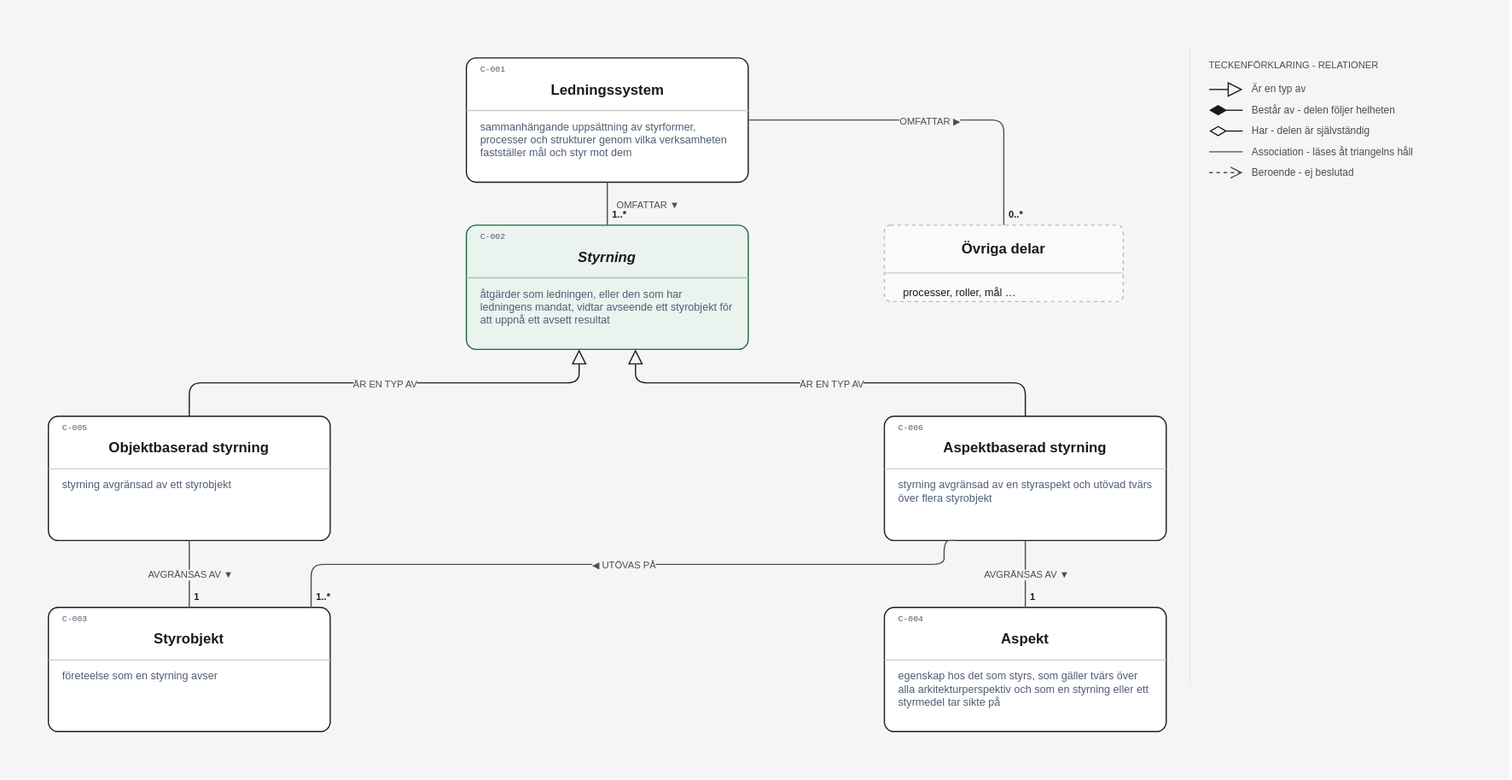
Earlier version of the draw.io export layout/Styrning begreppsmodell.drawio.svg (nickdin/gestaltadet-katalog). Source tidied: cells renumbered, new cells last; positions are measured from the earlier drawing's top-left corner, leaving out a move shared by most shapes.
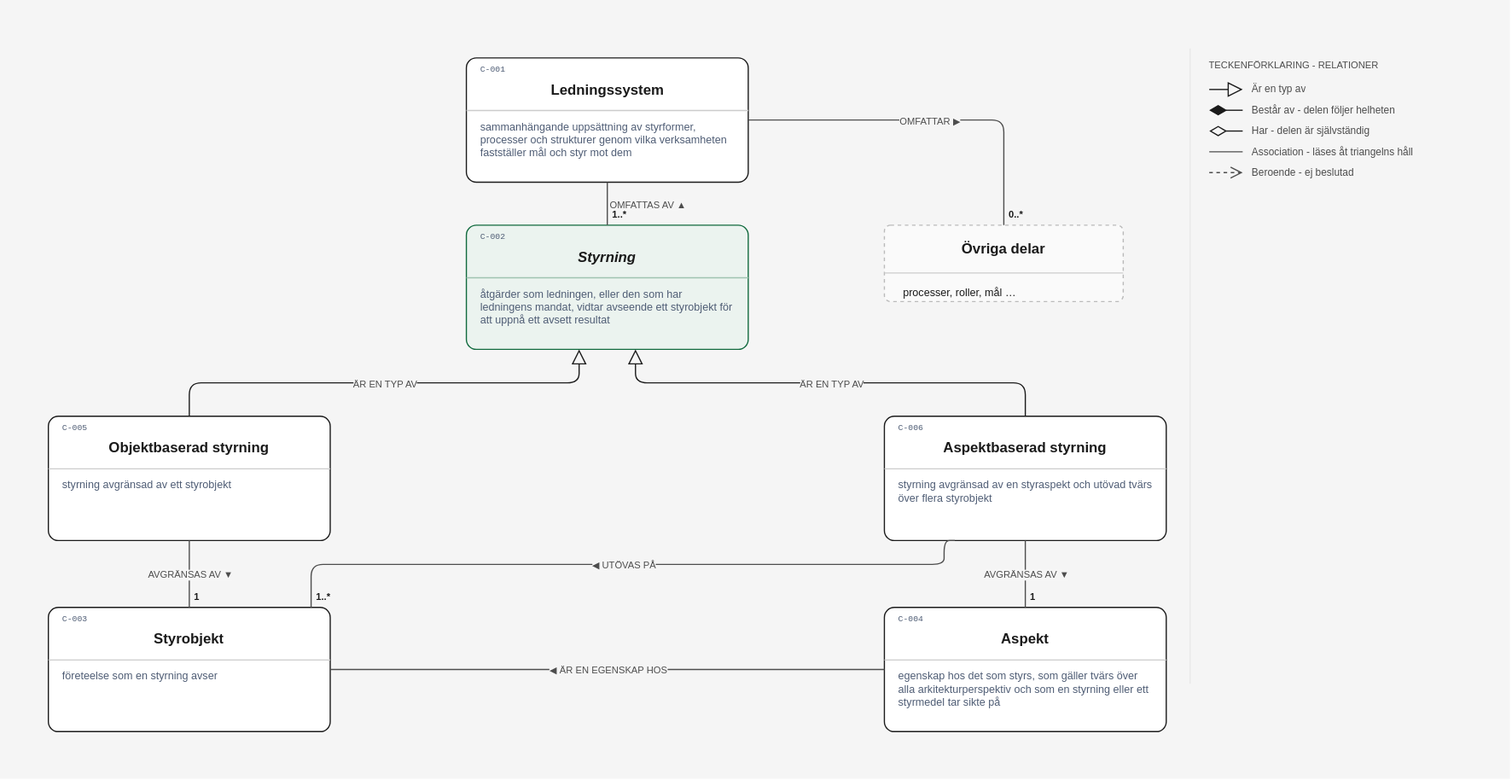
The same diagram one commit later.

Commit message:
Ritningen Styrning begreppsmodell aktualiserad mot lagret: 1 pil ändrad, 1 tillagd, 0 lämnade för värdering

Pilen Ledningssystem (C-001) → Styrning (C-002) "omfattar" vänd till lagrets ord, Styrning (C-002) omfattas av Ledningssystem (C-001). Relationen Aspekt (C-004) är en egenskap hos Styrobjekt (C-003) tillagd.

Stänger #83

Claude-Session: https://claude.ai/code/session_014hgawNBSmezrcKX8vMpay7

Change to the diagram source:
```diff
@@ -203,15 +203,15 @@
         <mxPoint x="1040" y="144" as="targetPoint" />
       </mxGeometry>
     </mxCell>
-    <mxCell id="56" style="edgeStyle=orthogonalEdgeStyle;rounded=1;html=1;strokeColor=#4d4d4d;strokeWidth=1;endArrow=none;endSize=8;exitX=0.5;exitY=1.0;exitDx=0;exitDy=0;entryX=0.5;entryY=0.0;entryDx=0;entryDy=0;jumpStyle=line;" parent="1" edge="1" source="4" target="10">
+    <mxCell id="56" style="edgeStyle=orthogonalEdgeStyle;rounded=1;html=1;strokeColor=#4d4d4d;strokeWidth=1;endArrow=none;endSize=8;exitX=0.5;exitY=0.0;exitDx=0;exitDy=0;entryX=0.5;entryY=1.0;entryDx=0;entryDy=0;jumpStyle=line;" parent="1" edge="1" source="10" target="4">
       <mxGeometry relative="1" as="geometry" />
     </mxCell>
     <mxCell id="57" value="1..*" style="edgeLabel;html=1;align=center;verticalAlign=middle;fontFamily=Helvetica;fontSize=8;fontColor=#1a1a1a;fontStyle=1;labelBackgroundColor=#f5f5f5;" parent="56" vertex="1">
-      <mxGeometry x="1" relative="1" as="geometry">
+      <mxGeometry x="-1" relative="1" as="geometry">
         <mxPoint x="9.2" y="-10" as="offset" />
       </mxGeometry>
     </mxCell>
-    <mxCell id="58" value="OMFATTAR ▼" style="edgeLabel;html=1;align=center;verticalAlign=middle;fontFamily=Helvetica;fontSize=8;fontColor=#4d4d4d;fontStyle=0;labelBackgroundColor=#f5f5f5;" parent="56" vertex="1">
+    <mxCell id="58" value="OMFATTAS AV ▲" style="edgeLabel;html=1;align=center;verticalAlign=middle;fontFamily=Helvetica;fontSize=8;fontColor=#4d4d4d;fontStyle=0;labelBackgroundColor=#f5f5f5;" parent="56" vertex="1">
       <mxGeometry relative="1" as="geometry">
         <mxPoint x="33.4" as="offset" />
       </mxGeometry>
@@ -278,5 +278,11 @@
     <mxCell id="74" value="◀ UTÖVAS PÅ" style="edgeLabel;html=1;align=center;verticalAlign=middle;fontFamily=Helvetica;fontSize=8;fontColor=#4d4d4d;fontStyle=0;labelBackgroundColor=#f5f5f5;" parent="72" vertex="1">
       <mxGeometry relative="1" as="geometry" />
     </mxCell>
+    <mxCell id="75" style="edgeStyle=orthogonalEdgeStyle;rounded=1;html=1;strokeColor=#4d4d4d;strokeWidth=1;endArrow=none;endSize=8;jumpStyle=line;exitX=0;exitY=0.5;exitDx=0;exitDy=0;entryX=1;entryY=0.5;entryDx=0;entryDy=0;" parent="1" edge="1" source="39" target="33">
+      <mxGeometry relative="1" as="geometry" />
+    </mxCell>
+    <mxCell id="76" value="◀ ÄR EN EGENSKAP HOS" style="edgeLabel;html=1;align=center;verticalAlign=middle;fontFamily=Helvetica;fontSize=8;fontColor=#4d4d4d;fontStyle=0;labelBackgroundColor=#f5f5f5;" parent="75" vertex="1">
+      <mxGeometry relative="1" as="geometry" />
+    </mxCell>
   </root>
 </mxGraphModel>
```
